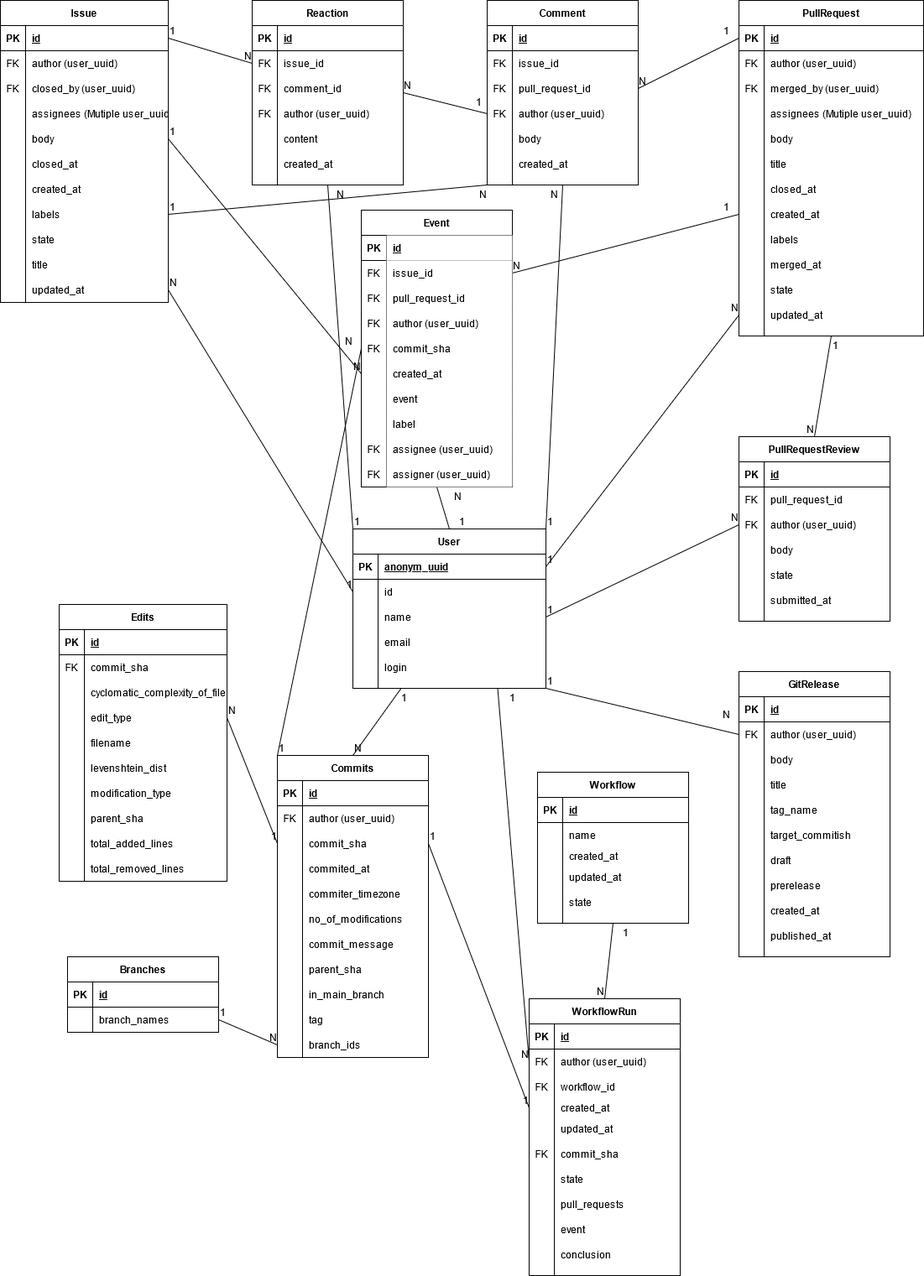
Earlier version of the draw.io export docs/ER_diagram/ER_diagram.png (TUBAF-IFI-DiPiT/github2pandas). Source tidied: cells renumbered, new cells last; positions are measured from the earlier drawing's top-left corner, leaving out a move shared by most shapes.
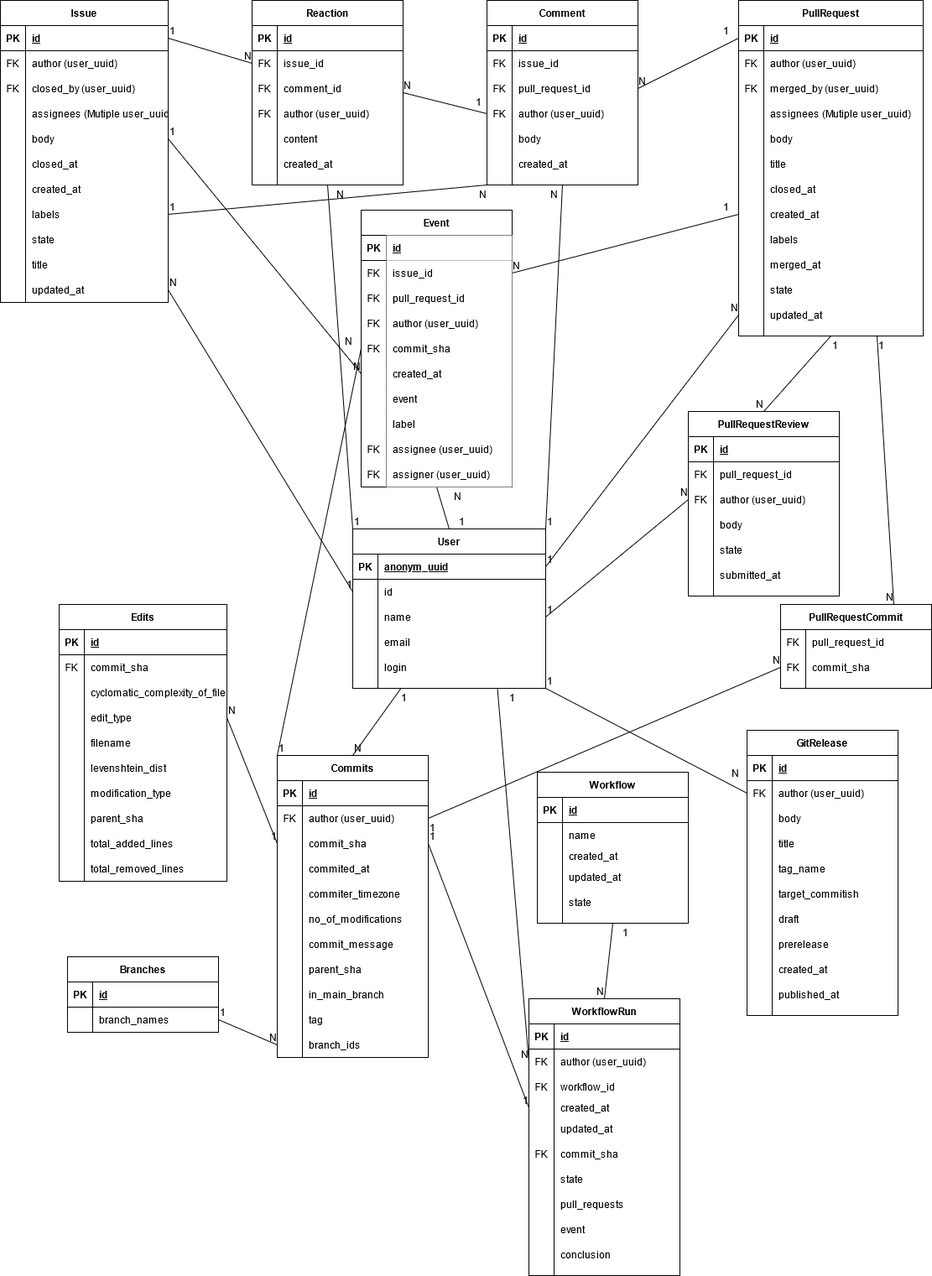
The same file after the commit.

What changed in the source:
```diff
@@ -378,7 +378,7 @@
       <mxGeometry x="30" width="190" height="30" as="geometry" />
     </mxCell>
     <mxCell id="127" value="PullRequestReview" style="shape=table;startSize=30;rowLines=0;fontStyle=1;align=center;" parent="1" vertex="1">
-      <mxGeometry x="880" y="520" width="180" height="220" as="geometry" />
+      <mxGeometry x="820" y="490" width="180" height="220" as="geometry" />
     </mxCell>
     <mxCell id="128" style="shape=partialRectangle;fillColor=none;top=0;left=0;bottom=1;right=0;" parent="127" vertex="1">
       <mxGeometry y="30" width="180" height="30" as="geometry" />
@@ -962,7 +962,7 @@
       <mxGeometry x="1" relative="1" as="geometry" />
     </mxCell>
     <mxCell id="313" value="GitRelease" style="shape=table;startSize=30;rowLines=0;fontStyle=1;align=center;" parent="1" vertex="1">
-      <mxGeometry x="880" y="800" width="180" height="340" as="geometry" />
+      <mxGeometry x="890" y="870" width="180" height="340" as="geometry" />
     </mxCell>
     <mxCell id="314" style="shape=partialRectangle;fillColor=none;top=0;left=0;bottom=1;right=0;" parent="313" vertex="1">
       <mxGeometry y="30" width="180" height="30" as="geometry" />
@@ -1200,5 +1200,48 @@
         <mxPoint x="-10.1" as="offset" />
       </mxGeometry>
     </mxCell>
+    <mxCell id="390" value="PullRequestCommit" style="shape=table;startSize=30;rowLines=0;fontStyle=1;align=center;" parent="1" vertex="1">
+      <mxGeometry x="930" y="720" width="180" height="100" as="geometry" />
+    </mxCell>
+    <mxCell id="391" style="shape=partialRectangle;fillColor=none;top=0;left=0;bottom=0;right=0;" parent="390" vertex="1">
+      <mxGeometry y="30" width="180" height="30" as="geometry" />
+    </mxCell>
+    <mxCell id="392" value="FK" style="shape=partialRectangle;fillColor=none;top=0;left=0;bottom=0;right=0;fontStyle=0;overflow=hidden;" parent="391" vertex="1">
+      <mxGeometry width="30" height="30" as="geometry" />
+    </mxCell>
+    <mxCell id="393" value="pull_request_id" style="shape=partialRectangle;fillColor=none;top=0;left=0;bottom=0;right=0;align=left;spacingLeft=6;fontStyle=0;overflow=hidden;" parent="391" vertex="1">
+      <mxGeometry x="30" width="150" height="30" as="geometry" />
+    </mxCell>
+    <mxCell id="394" style="shape=partialRectangle;fillColor=none;top=0;left=0;bottom=0;right=0;points=[[0,0.5],[1,0.5]];portConstraint=eastwest;" parent="390" vertex="1">
+      <mxGeometry y="60" width="180" height="30" as="geometry" />
+    </mxCell>
+    <mxCell id="395" value="FK" style="shape=partialRectangle;fillColor=none;top=0;left=0;bottom=0;right=0;overflow=hidden;" parent="394" vertex="1">
+      <mxGeometry width="30" height="30" as="geometry" />
+    </mxCell>
+    <mxCell id="396" value="commit_sha" style="shape=partialRectangle;fillColor=none;top=0;left=0;bottom=0;right=0;align=left;spacingLeft=6;overflow=hidden;" parent="394" vertex="1">
+      <mxGeometry x="30" width="150" height="30" as="geometry" />
+    </mxCell>
+    <mxCell id="397" style="endArrow=none;html=1;rounded=0;entryX=0.75;entryY=0;entryDx=0;entryDy=0;exitX=0.75;exitY=1;exitDx=0;exitDy=0;" parent="1" edge="1" source="90" target="390">
+      <mxGeometry relative="1" as="geometry" />
+    </mxCell>
+    <mxCell id="398" value="1" style="html=1;align=left;verticalAlign=bottom;" parent="397" vertex="1">
+      <mxGeometry x="-1" relative="1" as="geometry">
+        <mxPoint y="20" as="offset" />
+      </mxGeometry>
+    </mxCell>
+    <mxCell id="399" value="N" style="html=1;align=right;verticalAlign=bottom;" parent="397" vertex="1">
+      <mxGeometry x="1" relative="1" as="geometry" />
+    </mxCell>
+    <mxCell id="400" style="endArrow=none;html=1;rounded=0;entryX=0;entryY=0.5;entryDx=0;entryDy=0;exitX=1;exitY=0.5;exitDx=0;exitDy=0;" parent="1" edge="1" source="217" target="394">
+      <mxGeometry relative="1" as="geometry" />
+    </mxCell>
+    <mxCell id="401" value="1" style="html=1;align=left;verticalAlign=bottom;" parent="400" vertex="1">
+      <mxGeometry x="-1" relative="1" as="geometry">
+        <mxPoint y="20" as="offset" />
+      </mxGeometry>
+    </mxCell>
+    <mxCell id="402" value="N" style="html=1;align=right;verticalAlign=bottom;" parent="400" vertex="1">
+      <mxGeometry x="1" relative="1" as="geometry" />
+    </mxCell>
   </root>
 </mxGraphModel>
```
